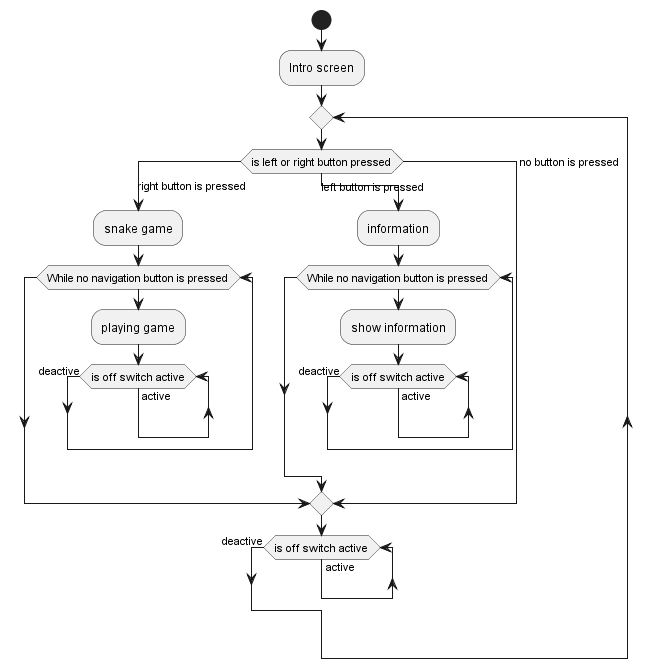
roopemyller/spaghettiboy-2000-project keeps this PlantUML diagram as out/DiagramSource/activityDiagram/activityDiagram.png. Above is the earlier version.
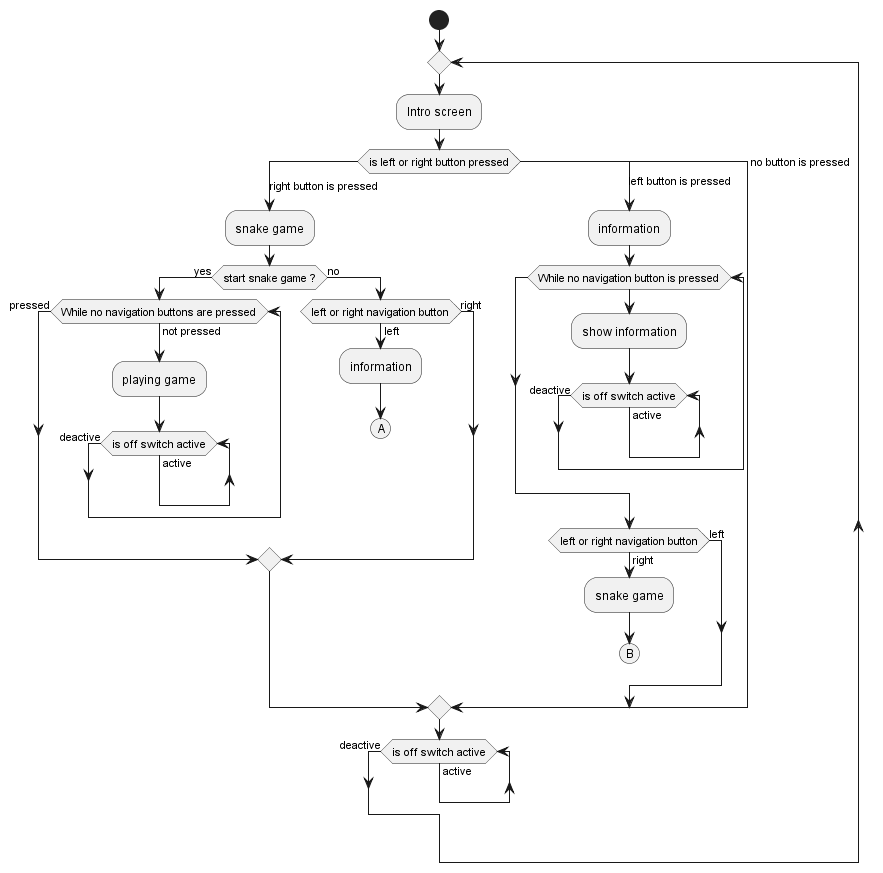
The same file after the commit.

Commit message:
updated activity diagram

Change to the diagram source:
```diff
@@ -1,18 +1,32 @@
 @startuml
 
 start
+
+repeat
 :Intro screen;
 
-
-repeat
     switch (is left or right button pressed)
         case (right button is pressed)
         :snake game;
-            while (While no navigation button is pressed)
+        if(start snake game ?) then (yes)
+            while (While no navigation buttons are pressed) is (not pressed)
                 :playing game;
                 while (is off switch active) is (active)
                 endwhile (deactive)
-            endwhile
+            endwhile (pressed)
+
+
+        else (no)
+            if(left or right navigation button) then (right)
+
+            else (left)
+                :information;
+                (A)
+                detach
+                break
+            endif
+        endif
+
         case (left button is pressed)
         :information;
             while (While no navigation button is pressed)
@@ -20,6 +34,15 @@
                 while (is off switch active) is (active)
                 endwhile (deactive)
             endwhile
+        if(left or right navigation button) then (left)
+
+        else (right)
+            :snake game;
+            (B)
+            detach
+            break
+        endif
+
         case (no button is pressed)
     endswitch
 while (is off switch active) is (active)
```
